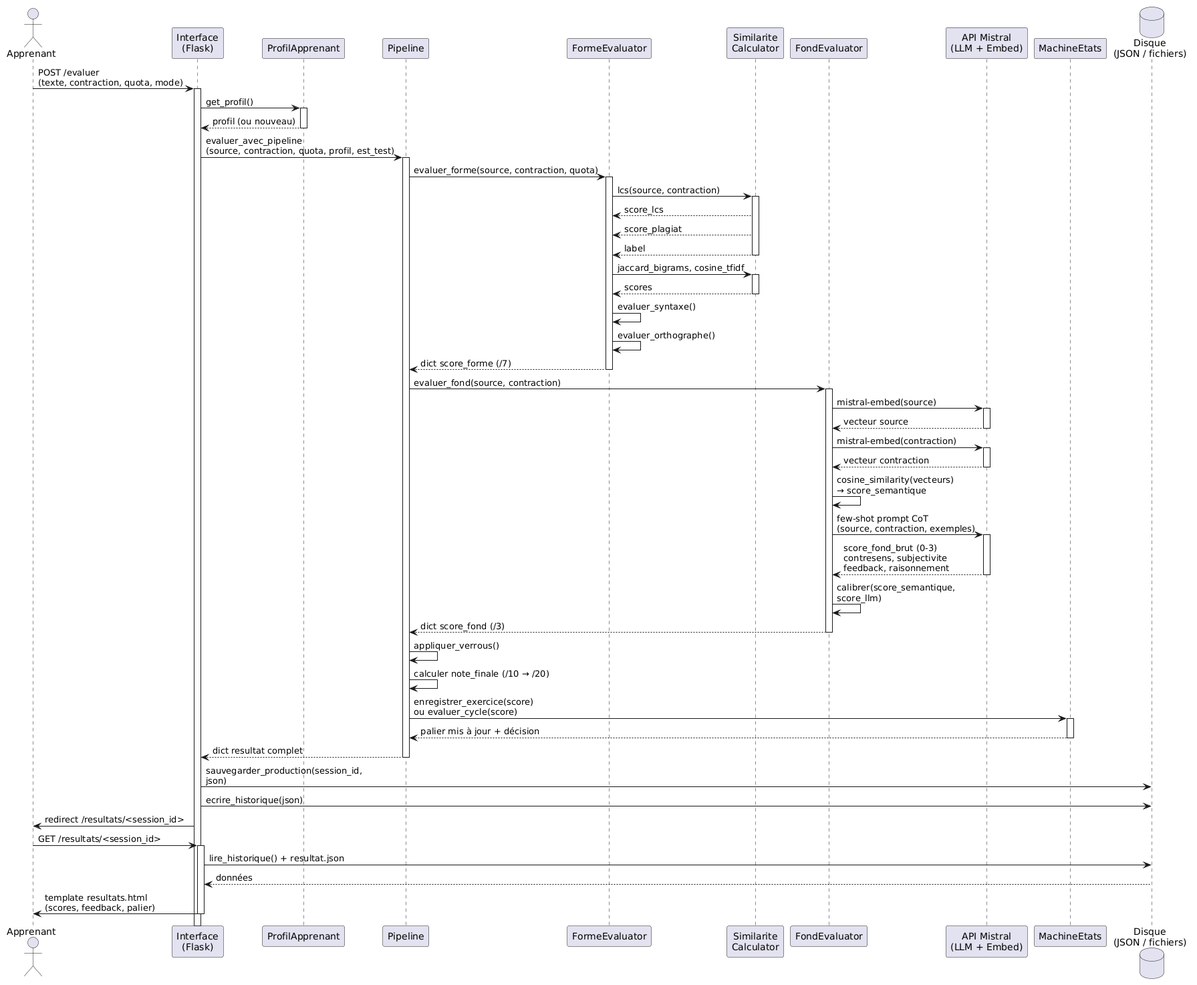
The PlantUML diagram docs/diagrams/sequence_evaluation.png in Shado-Jony/AZIZA_contraction_de_texte, before a commit. The source it was exported from:
```plantuml
@startuml
actor Apprenant as A
participant "Interface\n(Flask)" as UI
participant "ProfilApprenant" as PA
participant "Pipeline" as PL
participant "FormeEvaluator" as FE
participant "Similarite\nCalculator" as SC
participant "FondEvaluator" as FD
participant "API Mistral\n(LLM + Embed)" as M
participant "MachineEtats" as ME
database "Disque\n(JSON / fichiers)" as FS

A -> UI : POST /evaluer\n(texte, contraction, quota, mode)
activate UI

UI -> PA : get_profil()
activate PA
PA --> UI : profil (ou nouveau)
deactivate PA

UI -> PL : evaluer_avec_pipeline\n(source, contraction, quota, profil, est_test)
activate PL

PL -> FE : evaluer_forme(source, contraction, quota)
activate FE

FE -> SC : lcs(source, contraction)
activate SC
SC --> FE : score_lcs
SC --> FE : score_plagiat
SC --> FE : label
deactivate SC

FE -> SC : jaccard_bigrams, cosine_tfidf
activate SC
SC --> FE : scores
deactivate SC

FE -> FE : evaluer_syntaxe()
FE -> FE : evaluer_orthographe()
FE --> PL : dict score_forme (/7)
deactivate FE

PL -> FD : evaluer_fond(source, contraction)
activate FD

FD -> M : mistral-embed(source)
activate M
M --> FD : vecteur source
deactivate M

FD -> M : mistral-embed(contraction)
activate M
M --> FD : vecteur contraction
deactivate M

FD -> FD : cosine_similarity(vecteurs)\n→ score_semantique

FD -> M : few-shot prompt CoT\n(source, contraction, exemples)
activate M
M --> FD : score_fond_brut (0-3)\ncontresens, subjectivite\nfeedback, raisonnement
deactivate M

FD -> FD : calibrer(score_semantique,\nscore_llm)
FD --> PL : dict score_fond (/3)
deactivate FD

PL -> PL : appliquer_verrous()
PL -> PL : calculer note_finale (/10 → /20)

PL -> ME : enregistrer_exercice(score)\nou evaluer_cycle(score)
activate ME
ME --> PL : palier mis à jour + décision
deactivate ME

PL --> UI : dict resultat complet
deactivate PL

UI -> FS : sauvegarder_production(session_id,\njson)
UI -> FS : ecrire_historique(json)
UI -> A : redirect /resultats/<session_id>

A -> UI : GET /resultats/<session_id>
activate UI
UI -> FS : lire_historique() + resultat.json
FS --> UI : données
UI -> A : template resultats.html\n(scores, feedback, palier)
deactivate UI
@enduml
```
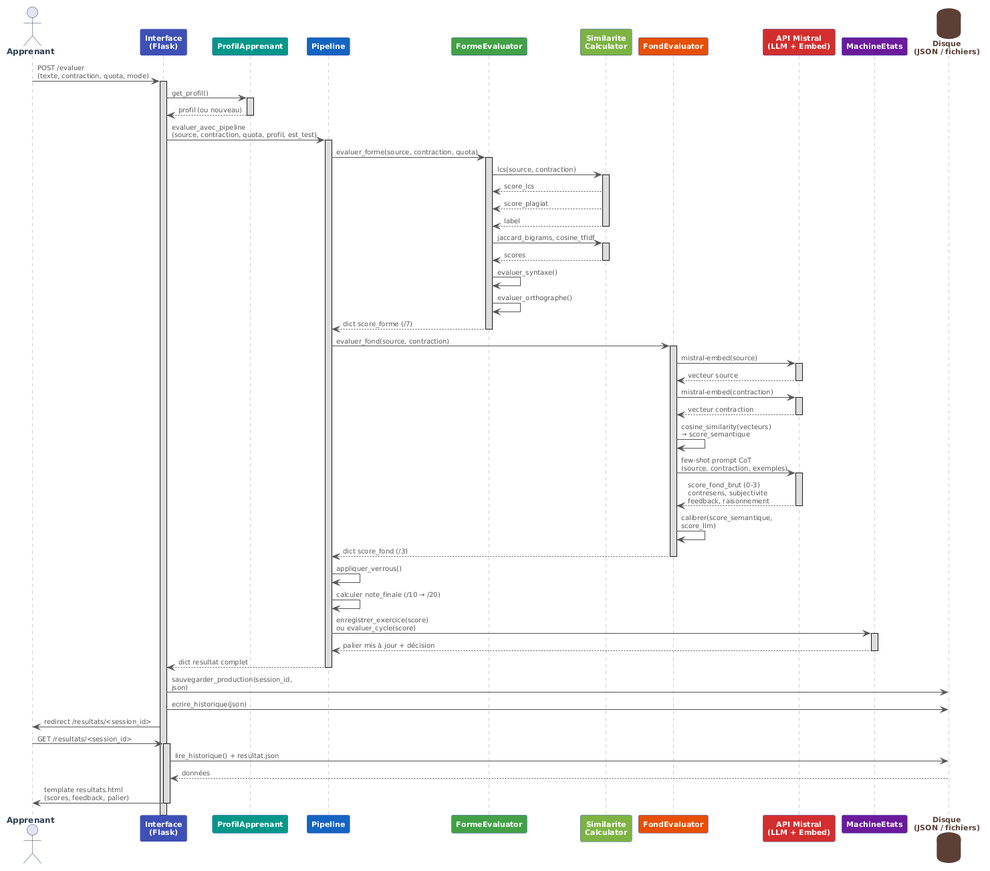
The same file after the commit.

Commit message:
style: couleurs professionnelles sur le diagramme de séquence

The edit, as a diff of the source:
```diff
@@ -1,14 +1,47 @@
 @startuml
+skinparam backgroundColor transparent
+skinparam defaultTextColor #333333
+
+skinparam actor {
+  BorderColor #2C3E50
+  FontColor #2C3E50
+  FontSize 12
+  FontStyle bold
+}
+
+skinparam participant {
+  BorderColor #3F51B5
+  FontColor #ffffff
+  FontSize 11
+  FontStyle bold
+}
+
+skinparam database {
+  BorderColor #5D4037
+  BackgroundColor #EFEBE9
+  FontColor #5D4037
+  FontSize 11
+  FontStyle bold
+}
+
+skinparam sequence {
+  ArrowColor #555555
+  ArrowFontColor #555555
+  ArrowFontSize 10
+  LifeLineBorderColor #999999
+  LifeLineBackgroundColor #dddddd
+}
+
 actor Apprenant as A
-participant "Interface\n(Flask)" as UI
-participant "ProfilApprenant" as PA
-participant "Pipeline" as PL
-participant "FormeEvaluator" as FE
-participant "Similarite\nCalculator" as SC
-participant "FondEvaluator" as FD
-participant "API Mistral\n(LLM + Embed)" as M
-participant "MachineEtats" as ME
-database "Disque\n(JSON / fichiers)" as FS
+participant "Interface\n(Flask)" as UI #3F51B5
+participant "ProfilApprenant" as PA #009688
+participant "Pipeline" as PL #1565C0
+participant "FormeEvaluator" as FE #43A047
+participant "Similarite\nCalculator" as SC #7CB342
+participant "FondEvaluator" as FD #E65100
+participant "API Mistral\n(LLM + Embed)" as M #D32F2F
+participant "MachineEtats" as ME #6A1B9A
+database "Disque\n(JSON / fichiers)" as FS #5D4037
 
 A -> UI : POST /evaluer\n(texte, contraction, quota, mode)
 activate UI
```
